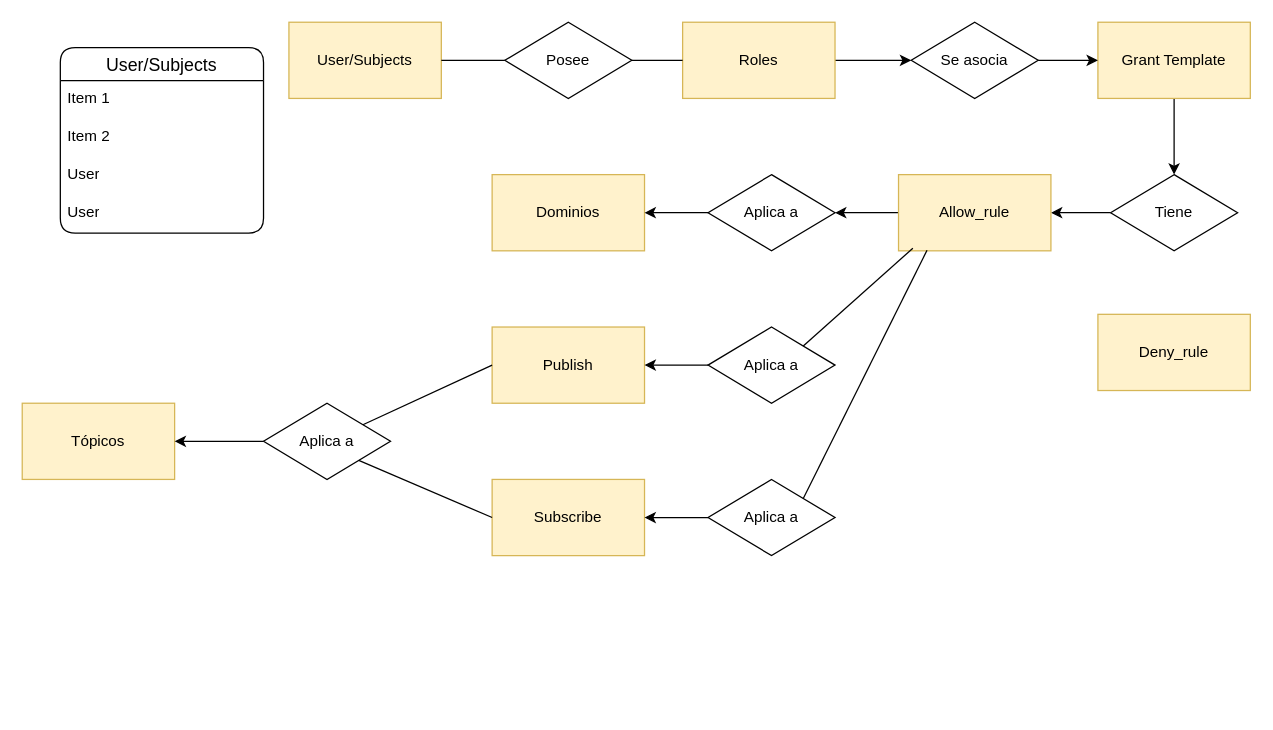
This is Diagrama base de datos.drawio from argelion14/TFM-AngelAmadeoGonzalezRuiz, a draw.io file, before an edit. Source tidied: cells renumbered, new cells numbered last; positions are measured from the earlier drawing's top-left corner, leaving out a move shared by most shapes. Both pictures are drawn from the tidied source at 127%, with x=0, y=0 at pixel (22, 22).
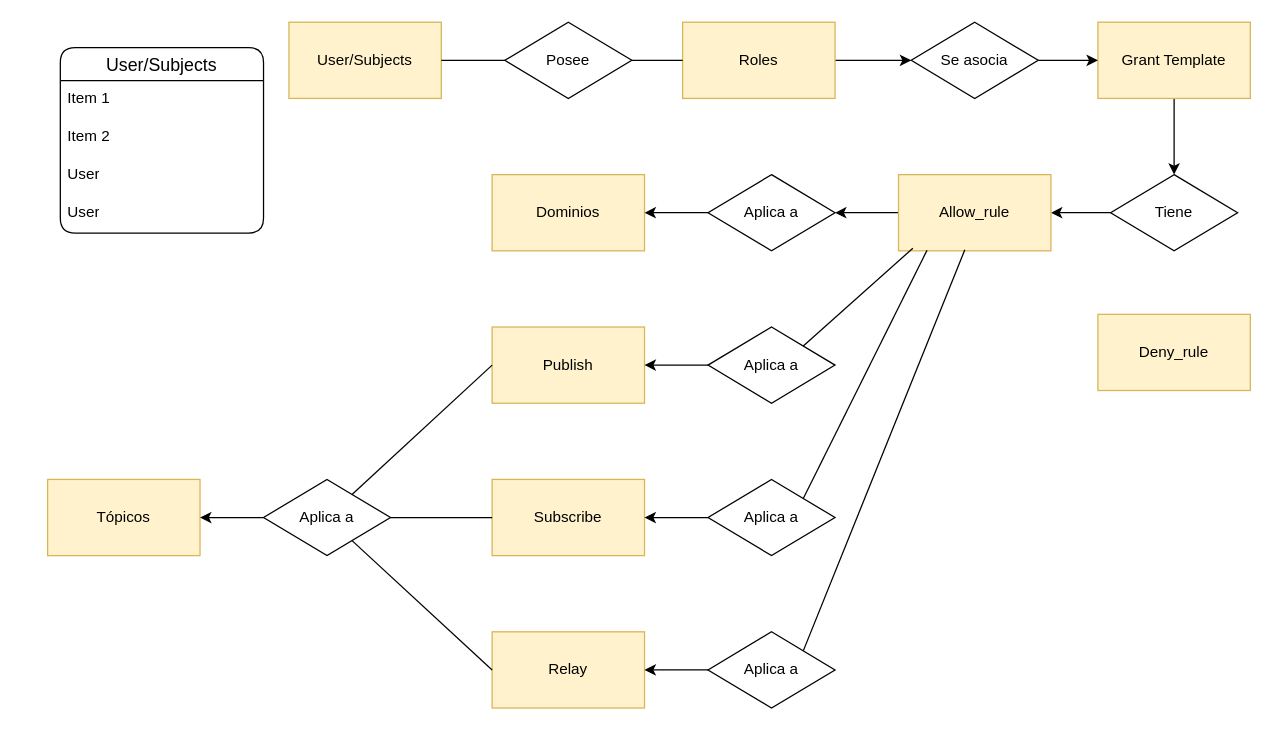
Above is the later version.

The change refers to these unchanged cells:
```xml
<mxCell id="15" value="Allow_rule" style="rounded=0;whiteSpace=wrap;html=1;fillColor=#fff2cc;strokeColor=#d6b656;" parent="1" vertex="1">
  <mxGeometry x="690" y="120" width="120" height="60" as="geometry" />
</mxCell>
<mxCell id="21" value="Subscribe" style="rounded=0;whiteSpace=wrap;html=1;fillColor=#fff2cc;strokeColor=#d6b656;" parent="1" vertex="1">
  <mxGeometry x="370" y="360" width="120" height="60" as="geometry" />
</mxCell>
```

Diff of the diagram source:
```diff
@@
     <mxCell id="28" value="Tópicos" style="rounded=0;whiteSpace=wrap;html=1;fillColor=#fff2cc;strokeColor=#d6b656;" parent="1" vertex="1">
-      <mxGeometry y="300" width="120" height="60" as="geometry" />
+      <mxGeometry x="20" y="360" width="120" height="60" as="geometry" />
     </mxCell>
@@
     <mxCell id="30" value="Aplica a" style="rhombus;whiteSpace=wrap;html=1;" parent="1" vertex="1">
-      <mxGeometry x="190" y="300" width="100" height="60" as="geometry" />
+      <mxGeometry x="190" y="360" width="100" height="60" as="geometry" />
     </mxCell>
@@
-    <mxCell id="32" style="endArrow=none;html=1;rounded=0;exitX=1;exitY=1;exitDx=0;exitDy=0;entryX=0;entryY=0.5;entryDx=0;entryDy=0;" parent="1" edge="1" source="30" target="21">
+    <mxCell id="32" style="endArrow=none;html=1;rounded=0;exitX=1;exitY=0.5;exitDx=0;exitDy=0;entryX=0;entryY=0.5;entryDx=0;entryDy=0;" parent="1" edge="1" source="30" target="21">
       <mxGeometry relative="1" as="geometry" />
     </mxCell>
@@
+    <mxCell id="38" value="Relay" style="rounded=0;whiteSpace=wrap;html=1;fillColor=#fff2cc;strokeColor=#d6b656;" parent="1" vertex="1">
+      <mxGeometry x="370" y="480" width="120" height="60" as="geometry" />
+    </mxCell>
+    <mxCell id="39" style="edgeStyle=orthogonalEdgeStyle;rounded=0;jettySize=auto;html=1;exitX=0;exitY=0.5;exitDx=0;exitDy=0;entryX=1;entryY=0.5;entryDx=0;entryDy=0;" parent="1" edge="1" source="40" target="38">
+      <mxGeometry relative="1" as="geometry" />
+    </mxCell>
+    <mxCell id="40" value="Aplica a" style="rhombus;whiteSpace=wrap;html=1;" parent="1" vertex="1">
+      <mxGeometry x="540" y="480" width="100" height="60" as="geometry" />
+    </mxCell>
+    <mxCell id="41" style="endArrow=none;html=1;rounded=0;exitX=0;exitY=0.5;exitDx=0;exitDy=0;" parent="1" edge="1" source="38" target="30">
+      <mxGeometry relative="1" as="geometry" />
+    </mxCell>
+    <mxCell id="42" style="endArrow=none;html=1;rounded=0;entryX=0.435;entryY=0.987;entryDx=0;entryDy=0;entryPerimeter=0;exitX=1;exitY=0;exitDx=0;exitDy=0;" parent="1" edge="1" source="40" target="15">
+      <mxGeometry relative="1" as="geometry" />
+    </mxCell>
```
